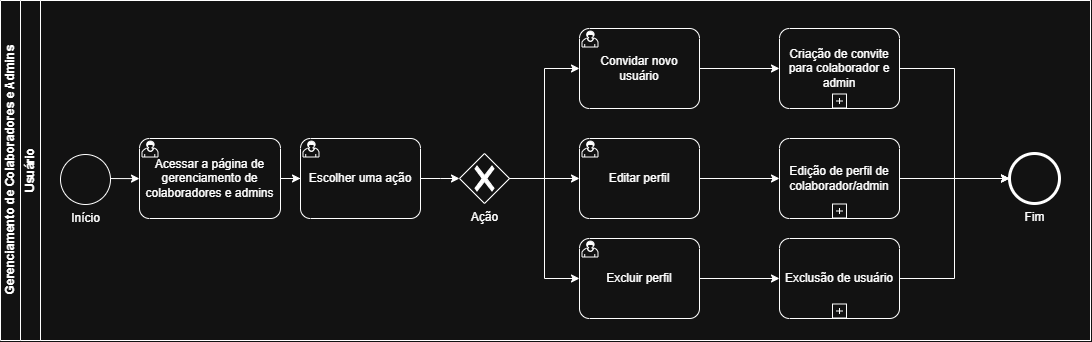
This is docs/images/bpmn/gestao-de-usuario/bpmn-gestao-de-usuario-sp3.png from lsivolella/Servify, a draw.io export, as it was before one commit. Source tidied: cells renumbered, new cells last; positions are measured from the earlier drawing's top-left corner, leaving out a move shared by most shapes. The source it was exported from:
```xml
<mxGraphModel>
  <root>
    <mxCell id="0" />
    <mxCell id="1" parent="0" />
    <mxCell id="2" value="Gerenciamento de Colaboradores e Admins" style="swimlane;horizontal=0;startSize=20;html=1;" parent="1" vertex="1">
      <mxGeometry width="1090" height="340" as="geometry" />
    </mxCell>
    <mxCell id="3" value="Usuário" style="swimlane;startSize=20;horizontal=0;html=1;" parent="2" vertex="1">
      <mxGeometry x="20" width="1070" height="340" as="geometry" />
    </mxCell>
    <mxCell id="4" value="Início" style="shape=mxgraph.bpmn.event;html=1;verticalLabelPosition=bottom;labelBackgroundColor=#ffffff;verticalAlign=top;align=center;perimeter=ellipsePerimeter;outline=standard;symbol=general;" parent="3" vertex="1">
      <mxGeometry x="40" y="154" width="50" height="50" as="geometry" />
    </mxCell>
    <mxCell id="5" value="Ação" style="points=[[0.25,0.25,0],[0.5,0,0],[0.75,0.25,0],[1,0.5,0],[0.75,0.75,0],[0.5,1,0],[0.25,0.75,0],[0,0.5,0]];shape=mxgraph.bpmn.gateway2;html=1;verticalLabelPosition=bottom;labelBackgroundColor=#ffffff;verticalAlign=top;align=center;perimeter=rhombusPerimeter;outlineConnect=0;outline=none;symbol=none;gwType=exclusive;" parent="3" vertex="1">
      <mxGeometry x="439" y="153" width="50" height="50" as="geometry" />
    </mxCell>
    <mxCell id="6" value="Editar perfil" style="points=[[0.25,0,0],[0.5,0,0],[0.75,0,0],[1,0.25,0],[1,0.5,0],[1,0.75,0],[0.75,1,0],[0.5,1,0],[0.25,1,0],[0,0.75,0],[0,0.5,0],[0,0.25,0]];shape=mxgraph.bpmn.task2;whiteSpace=wrap;rectStyle=rounded;size=10;html=1;taskMarker=user;" parent="3" vertex="1">
      <mxGeometry x="559" y="138" width="120" height="80" as="geometry" />
    </mxCell>
    <mxCell id="7" value="Convidar novo usuário" style="points=[[0.25,0,0],[0.5,0,0],[0.75,0,0],[1,0.25,0],[1,0.5,0],[1,0.75,0],[0.75,1,0],[0.5,1,0],[0.25,1,0],[0,0.75,0],[0,0.5,0],[0,0.25,0]];shape=mxgraph.bpmn.task2;whiteSpace=wrap;rectStyle=rounded;size=10;html=1;taskMarker=user;" parent="3" vertex="1">
      <mxGeometry x="559" y="28" width="120" height="80" as="geometry" />
    </mxCell>
    <mxCell id="8" value="Criação de convite para colaborador e admin" style="points=[[0.25,0,0],[0.5,0,0],[0.75,0,0],[1,0.25,0],[1,0.5,0],[1,0.75,0],[0.75,1,0],[0.5,1,0],[0.25,1,0],[0,0.75,0],[0,0.5,0],[0,0.25,0]];shape=mxgraph.bpmn.task2;whiteSpace=wrap;rectStyle=rounded;size=10;html=1;taskMarker=abstract;isLoopSub=1;" parent="3" vertex="1">
      <mxGeometry x="759" y="28" width="120" height="80" as="geometry" />
    </mxCell>
    <mxCell id="9" style="edgeStyle=orthogonalEdgeStyle;rounded=0;jettySize=auto;html=1;entryX=0;entryY=0.5;entryDx=0;entryDy=0;entryPerimeter=0;" parent="3" edge="1" source="7" target="8">
      <mxGeometry relative="1" as="geometry" />
    </mxCell>
    <mxCell id="10" value="Acessar a página de gerenciamento de colaboradores e admins" style="points=[[0.25,0,0],[0.5,0,0],[0.75,0,0],[1,0.25,0],[1,0.5,0],[1,0.75,0],[0.75,1,0],[0.5,1,0],[0.25,1,0],[0,0.75,0],[0,0.5,0],[0,0.25,0]];shape=mxgraph.bpmn.task2;whiteSpace=wrap;rectStyle=rounded;size=10;html=1;taskMarker=user;" parent="3" vertex="1">
      <mxGeometry x="119" y="138" width="141" height="80" as="geometry" />
    </mxCell>
    <mxCell id="11" value="Escolher uma ação" style="points=[[0.25,0,0],[0.5,0,0],[0.75,0,0],[1,0.25,0],[1,0.5,0],[1,0.75,0],[0.75,1,0],[0.5,1,0],[0.25,1,0],[0,0.75,0],[0,0.5,0],[0,0.25,0]];shape=mxgraph.bpmn.task2;whiteSpace=wrap;rectStyle=rounded;size=10;html=1;taskMarker=user;" parent="3" vertex="1">
      <mxGeometry x="280" y="138" width="120" height="80" as="geometry" />
    </mxCell>
    <mxCell id="12" style="edgeStyle=orthogonalEdgeStyle;rounded=0;jettySize=auto;html=1;entryX=0;entryY=0.5;entryDx=0;entryDy=0;entryPerimeter=0;" parent="3" edge="1" target="10">
      <mxGeometry relative="1" as="geometry">
        <mxPoint x="90" y="178.1" as="sourcePoint" />
      </mxGeometry>
    </mxCell>
    <mxCell id="13" style="edgeStyle=orthogonalEdgeStyle;rounded=0;jettySize=auto;html=1;entryX=0;entryY=0.5;entryDx=0;entryDy=0;entryPerimeter=0;" parent="3" edge="1" source="10" target="11">
      <mxGeometry relative="1" as="geometry" />
    </mxCell>
    <mxCell id="14" style="edgeStyle=orthogonalEdgeStyle;rounded=0;jettySize=auto;html=1;entryX=0;entryY=0.5;entryDx=0;entryDy=0;entryPerimeter=0;" parent="3" edge="1" source="11" target="5">
      <mxGeometry relative="1" as="geometry" />
    </mxCell>
    <mxCell id="15" value="Excluir perfil" style="points=[[0.25,0,0],[0.5,0,0],[0.75,0,0],[1,0.25,0],[1,0.5,0],[1,0.75,0],[0.75,1,0],[0.5,1,0],[0.25,1,0],[0,0.75,0],[0,0.5,0],[0,0.25,0]];shape=mxgraph.bpmn.task2;whiteSpace=wrap;rectStyle=rounded;size=10;html=1;taskMarker=user;" parent="3" vertex="1">
      <mxGeometry x="559" y="238" width="120" height="80" as="geometry" />
    </mxCell>
    <mxCell id="16" style="edgeStyle=orthogonalEdgeStyle;rounded=0;jettySize=auto;html=1;entryX=0;entryY=0.5;entryDx=0;entryDy=0;entryPerimeter=0;" parent="3" edge="1" source="5" target="15">
      <mxGeometry relative="1" as="geometry" />
    </mxCell>
    <mxCell id="17" value="Edição de perfil de colaborador/admin" style="points=[[0.25,0,0],[0.5,0,0],[0.75,0,0],[1,0.25,0],[1,0.5,0],[1,0.75,0],[0.75,1,0],[0.5,1,0],[0.25,1,0],[0,0.75,0],[0,0.5,0],[0,0.25,0]];shape=mxgraph.bpmn.task2;whiteSpace=wrap;rectStyle=rounded;size=10;html=1;taskMarker=abstract;isLoopSub=1;" parent="3" vertex="1">
      <mxGeometry x="759" y="138" width="120" height="80" as="geometry" />
    </mxCell>
    <mxCell id="18" style="edgeStyle=orthogonalEdgeStyle;rounded=0;jettySize=auto;html=1;entryX=0;entryY=0.5;entryDx=0;entryDy=0;entryPerimeter=0;" parent="3" edge="1" source="6" target="17">
      <mxGeometry relative="1" as="geometry" />
    </mxCell>
    <mxCell id="19" value="Exclusão de usuário" style="points=[[0.25,0,0],[0.5,0,0],[0.75,0,0],[1,0.25,0],[1,0.5,0],[1,0.75,0],[0.75,1,0],[0.5,1,0],[0.25,1,0],[0,0.75,0],[0,0.5,0],[0,0.25,0]];shape=mxgraph.bpmn.task2;whiteSpace=wrap;rectStyle=rounded;size=10;html=1;taskMarker=abstract;isLoopSub=1;" parent="3" vertex="1">
      <mxGeometry x="759" y="238" width="120" height="80" as="geometry" />
    </mxCell>
    <mxCell id="20" style="edgeStyle=orthogonalEdgeStyle;rounded=0;jettySize=auto;html=1;entryX=0;entryY=0.5;entryDx=0;entryDy=0;entryPerimeter=0;" parent="3" edge="1" source="5" target="7">
      <mxGeometry relative="1" as="geometry" />
    </mxCell>
    <mxCell id="21" style="edgeStyle=orthogonalEdgeStyle;rounded=0;jettySize=auto;html=1;entryX=0;entryY=0.5;entryDx=0;entryDy=0;entryPerimeter=0;" parent="3" edge="1" source="5" target="6">
      <mxGeometry relative="1" as="geometry" />
    </mxCell>
    <mxCell id="22" style="edgeStyle=orthogonalEdgeStyle;rounded=0;jettySize=auto;html=1;entryX=0;entryY=0.5;entryDx=0;entryDy=0;entryPerimeter=0;" parent="3" edge="1" source="15" target="19">
      <mxGeometry relative="1" as="geometry" />
    </mxCell>
    <mxCell id="23" value="Fim" style="points=[[0.145,0.145,0],[0.5,0,0],[0.855,0.145,0],[1,0.5,0],[0.855,0.855,0],[0.5,1,0],[0.145,0.855,0],[0,0.5,0]];shape=mxgraph.bpmn.event;html=1;verticalLabelPosition=bottom;labelBackgroundColor=#ffffff;verticalAlign=top;align=center;perimeter=ellipsePerimeter;outlineConnect=0;outline=end;symbol=terminate2;" parent="3" vertex="1">
      <mxGeometry x="989" y="153" width="50" height="50" as="geometry" />
    </mxCell>
    <mxCell id="24" style="edgeStyle=orthogonalEdgeStyle;rounded=0;jettySize=auto;html=1;entryX=0;entryY=0.5;entryDx=0;entryDy=0;entryPerimeter=0;" parent="3" edge="1" source="17" target="23">
      <mxGeometry relative="1" as="geometry">
        <Array as="points">
          <mxPoint x="879" y="178" />
        </Array>
      </mxGeometry>
    </mxCell>
    <mxCell id="25" style="edgeStyle=orthogonalEdgeStyle;rounded=0;jettySize=auto;html=1;entryX=0;entryY=0.5;entryDx=0;entryDy=0;entryPerimeter=0;" parent="3" edge="1" source="8" target="23">
      <mxGeometry relative="1" as="geometry" />
    </mxCell>
    <mxCell id="26" style="edgeStyle=orthogonalEdgeStyle;rounded=0;jettySize=auto;html=1;entryX=0;entryY=0.5;entryDx=0;entryDy=0;entryPerimeter=0;" parent="3" edge="1" source="19" target="23">
      <mxGeometry relative="1" as="geometry" />
    </mxCell>
  </root>
</mxGraphModel>
```
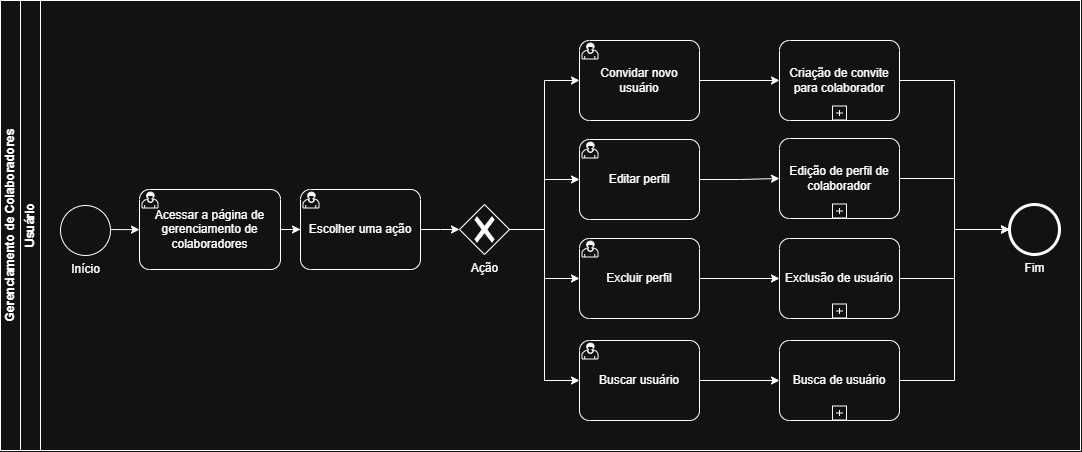
After the commit.

Commit message:
Ajustes no processo de gerenciamento de clientes

Diff of the diagram source:
```diff
@@ -2,39 +2,39 @@
   <root>
     <mxCell id="0" />
     <mxCell id="1" parent="0" />
-    <mxCell id="2" value="Gerenciamento de Colaboradores e Admins" style="swimlane;horizontal=0;startSize=20;html=1;" parent="1" vertex="1">
-      <mxGeometry width="1090" height="340" as="geometry" />
+    <mxCell id="2" value="Gerenciamento de Colaboradores" style="swimlane;horizontal=0;startSize=20;html=1;" parent="1" vertex="1">
+      <mxGeometry width="1080" height="450" as="geometry" />
     </mxCell>
     <mxCell id="3" value="Usuário" style="swimlane;startSize=20;horizontal=0;html=1;" parent="2" vertex="1">
-      <mxGeometry x="20" width="1070" height="340" as="geometry" />
+      <mxGeometry x="20" width="1060" height="450" as="geometry" />
     </mxCell>
     <mxCell id="4" value="Início" style="shape=mxgraph.bpmn.event;html=1;verticalLabelPosition=bottom;labelBackgroundColor=#ffffff;verticalAlign=top;align=center;perimeter=ellipsePerimeter;outline=standard;symbol=general;" parent="3" vertex="1">
-      <mxGeometry x="40" y="154" width="50" height="50" as="geometry" />
+      <mxGeometry x="40" y="205" width="50" height="50" as="geometry" />
     </mxCell>
     <mxCell id="5" value="Ação" style="points=[[0.25,0.25,0],[0.5,0,0],[0.75,0.25,0],[1,0.5,0],[0.75,0.75,0],[0.5,1,0],[0.25,0.75,0],[0,0.5,0]];shape=mxgraph.bpmn.gateway2;html=1;verticalLabelPosition=bottom;labelBackgroundColor=#ffffff;verticalAlign=top;align=center;perimeter=rhombusPerimeter;outlineConnect=0;outline=none;symbol=none;gwType=exclusive;" parent="3" vertex="1">
-      <mxGeometry x="439" y="153" width="50" height="50" as="geometry" />
+      <mxGeometry x="439" y="204" width="50" height="50" as="geometry" />
     </mxCell>
     <mxCell id="6" value="Editar perfil" style="points=[[0.25,0,0],[0.5,0,0],[0.75,0,0],[1,0.25,0],[1,0.5,0],[1,0.75,0],[0.75,1,0],[0.5,1,0],[0.25,1,0],[0,0.75,0],[0,0.5,0],[0,0.25,0]];shape=mxgraph.bpmn.task2;whiteSpace=wrap;rectStyle=rounded;size=10;html=1;taskMarker=user;" parent="3" vertex="1">
-      <mxGeometry x="559" y="138" width="120" height="80" as="geometry" />
+      <mxGeometry x="559" y="139" width="120" height="80" as="geometry" />
     </mxCell>
     <mxCell id="7" value="Convidar novo usuário" style="points=[[0.25,0,0],[0.5,0,0],[0.75,0,0],[1,0.25,0],[1,0.5,0],[1,0.75,0],[0.75,1,0],[0.5,1,0],[0.25,1,0],[0,0.75,0],[0,0.5,0],[0,0.25,0]];shape=mxgraph.bpmn.task2;whiteSpace=wrap;rectStyle=rounded;size=10;html=1;taskMarker=user;" parent="3" vertex="1">
-      <mxGeometry x="559" y="28" width="120" height="80" as="geometry" />
+      <mxGeometry x="559" y="40" width="120" height="80" as="geometry" />
     </mxCell>
-    <mxCell id="8" value="Criação de convite para colaborador e admin" style="points=[[0.25,0,0],[0.5,0,0],[0.75,0,0],[1,0.25,0],[1,0.5,0],[1,0.75,0],[0.75,1,0],[0.5,1,0],[0.25,1,0],[0,0.75,0],[0,0.5,0],[0,0.25,0]];shape=mxgraph.bpmn.task2;whiteSpace=wrap;rectStyle=rounded;size=10;html=1;taskMarker=abstract;isLoopSub=1;" parent="3" vertex="1">
-      <mxGeometry x="759" y="28" width="120" height="80" as="geometry" />
+    <mxCell id="8" value="Criação de convite para colaborador" style="points=[[0.25,0,0],[0.5,0,0],[0.75,0,0],[1,0.25,0],[1,0.5,0],[1,0.75,0],[0.75,1,0],[0.5,1,0],[0.25,1,0],[0,0.75,0],[0,0.5,0],[0,0.25,0]];shape=mxgraph.bpmn.task2;whiteSpace=wrap;rectStyle=rounded;size=10;html=1;taskMarker=abstract;isLoopSub=1;" parent="3" vertex="1">
+      <mxGeometry x="759" y="40" width="120" height="80" as="geometry" />
     </mxCell>
     <mxCell id="9" style="edgeStyle=orthogonalEdgeStyle;rounded=0;jettySize=auto;html=1;entryX=0;entryY=0.5;entryDx=0;entryDy=0;entryPerimeter=0;" parent="3" edge="1" source="7" target="8">
       <mxGeometry relative="1" as="geometry" />
     </mxCell>
-    <mxCell id="10" value="Acessar a página de gerenciamento de colaboradores e admins" style="points=[[0.25,0,0],[0.5,0,0],[0.75,0,0],[1,0.25,0],[1,0.5,0],[1,0.75,0],[0.75,1,0],[0.5,1,0],[0.25,1,0],[0,0.75,0],[0,0.5,0],[0,0.25,0]];shape=mxgraph.bpmn.task2;whiteSpace=wrap;rectStyle=rounded;size=10;html=1;taskMarker=user;" parent="3" vertex="1">
-      <mxGeometry x="119" y="138" width="141" height="80" as="geometry" />
+    <mxCell id="10" value="Acessar a página de gerenciamento de colaboradores" style="points=[[0.25,0,0],[0.5,0,0],[0.75,0,0],[1,0.25,0],[1,0.5,0],[1,0.75,0],[0.75,1,0],[0.5,1,0],[0.25,1,0],[0,0.75,0],[0,0.5,0],[0,0.25,0]];shape=mxgraph.bpmn.task2;whiteSpace=wrap;rectStyle=rounded;size=10;html=1;taskMarker=user;" parent="3" vertex="1">
+      <mxGeometry x="119" y="189" width="141" height="80" as="geometry" />
     </mxCell>
     <mxCell id="11" value="Escolher uma ação" style="points=[[0.25,0,0],[0.5,0,0],[0.75,0,0],[1,0.25,0],[1,0.5,0],[1,0.75,0],[0.75,1,0],[0.5,1,0],[0.25,1,0],[0,0.75,0],[0,0.5,0],[0,0.25,0]];shape=mxgraph.bpmn.task2;whiteSpace=wrap;rectStyle=rounded;size=10;html=1;taskMarker=user;" parent="3" vertex="1">
-      <mxGeometry x="280" y="138" width="120" height="80" as="geometry" />
+      <mxGeometry x="280" y="189" width="120" height="80" as="geometry" />
     </mxCell>
     <mxCell id="12" style="edgeStyle=orthogonalEdgeStyle;rounded=0;jettySize=auto;html=1;entryX=0;entryY=0.5;entryDx=0;entryDy=0;entryPerimeter=0;" parent="3" edge="1" target="10">
       <mxGeometry relative="1" as="geometry">
-        <mxPoint x="90" y="178.1" as="sourcePoint" />
+        <mxPoint x="90" y="229.1" as="sourcePoint" />
       </mxGeometry>
     </mxCell>
     <mxCell id="13" style="edgeStyle=orthogonalEdgeStyle;rounded=0;jettySize=auto;html=1;entryX=0;entryY=0.5;entryDx=0;entryDy=0;entryPerimeter=0;" parent="3" edge="1" source="10" target="11">
@@ -49,7 +49,7 @@
     <mxCell id="16" style="edgeStyle=orthogonalEdgeStyle;rounded=0;jettySize=auto;html=1;entryX=0;entryY=0.5;entryDx=0;entryDy=0;entryPerimeter=0;" parent="3" edge="1" source="5" target="15">
       <mxGeometry relative="1" as="geometry" />
     </mxCell>
-    <mxCell id="17" value="Edição de perfil de colaborador/admin" style="points=[[0.25,0,0],[0.5,0,0],[0.75,0,0],[1,0.25,0],[1,0.5,0],[1,0.75,0],[0.75,1,0],[0.5,1,0],[0.25,1,0],[0,0.75,0],[0,0.5,0],[0,0.25,0]];shape=mxgraph.bpmn.task2;whiteSpace=wrap;rectStyle=rounded;size=10;html=1;taskMarker=abstract;isLoopSub=1;" parent="3" vertex="1">
+    <mxCell id="17" value="Edição de perfil de colaborador" style="points=[[0.25,0,0],[0.5,0,0],[0.75,0,0],[1,0.25,0],[1,0.5,0],[1,0.75,0],[0.75,1,0],[0.5,1,0],[0.25,1,0],[0,0.75,0],[0,0.5,0],[0,0.25,0]];shape=mxgraph.bpmn.task2;whiteSpace=wrap;rectStyle=rounded;size=10;html=1;taskMarker=abstract;isLoopSub=1;" parent="3" vertex="1">
       <mxGeometry x="759" y="138" width="120" height="80" as="geometry" />
     </mxCell>
     <mxCell id="18" style="edgeStyle=orthogonalEdgeStyle;rounded=0;jettySize=auto;html=1;entryX=0;entryY=0.5;entryDx=0;entryDy=0;entryPerimeter=0;" parent="3" edge="1" source="6" target="17">
@@ -68,20 +68,31 @@
       <mxGeometry relative="1" as="geometry" />
     </mxCell>
     <mxCell id="23" value="Fim" style="points=[[0.145,0.145,0],[0.5,0,0],[0.855,0.145,0],[1,0.5,0],[0.855,0.855,0],[0.5,1,0],[0.145,0.855,0],[0,0.5,0]];shape=mxgraph.bpmn.event;html=1;verticalLabelPosition=bottom;labelBackgroundColor=#ffffff;verticalAlign=top;align=center;perimeter=ellipsePerimeter;outlineConnect=0;outline=end;symbol=terminate2;" parent="3" vertex="1">
-      <mxGeometry x="989" y="153" width="50" height="50" as="geometry" />
+      <mxGeometry x="989" y="204" width="50" height="50" as="geometry" />
     </mxCell>
-    <mxCell id="24" style="edgeStyle=orthogonalEdgeStyle;rounded=0;jettySize=auto;html=1;entryX=0;entryY=0.5;entryDx=0;entryDy=0;entryPerimeter=0;" parent="3" edge="1" source="17" target="23">
-      <mxGeometry relative="1" as="geometry">
-        <Array as="points">
-          <mxPoint x="879" y="178" />
-        </Array>
-      </mxGeometry>
+    <mxCell id="24" style="edgeStyle=orthogonalEdgeStyle;rounded=0;jettySize=auto;html=1;entryX=0;entryY=0.5;entryDx=0;entryDy=0;entryPerimeter=0;" parent="3" edge="1" source="8" target="23">
+      <mxGeometry relative="1" as="geometry" />
     </mxCell>
-    <mxCell id="25" style="edgeStyle=orthogonalEdgeStyle;rounded=0;jettySize=auto;html=1;entryX=0;entryY=0.5;entryDx=0;entryDy=0;entryPerimeter=0;" parent="3" edge="1" source="8" target="23">
+    <mxCell id="25" style="edgeStyle=orthogonalEdgeStyle;rounded=0;jettySize=auto;html=1;entryX=0;entryY=0.5;entryDx=0;entryDy=0;entryPerimeter=0;" parent="3" edge="1" source="19" target="23">
       <mxGeometry relative="1" as="geometry" />
     </mxCell>
-    <mxCell id="26" style="edgeStyle=orthogonalEdgeStyle;rounded=0;jettySize=auto;html=1;entryX=0;entryY=0.5;entryDx=0;entryDy=0;entryPerimeter=0;" parent="3" edge="1" source="19" target="23">
+    <mxCell id="26" style="edgeStyle=orthogonalEdgeStyle;rounded=0;jettySize=auto;html=1;" parent="3" edge="1" source="27" target="28">
       <mxGeometry relative="1" as="geometry" />
     </mxCell>
+    <mxCell id="27" value="Buscar usuário" style="points=[[0.25,0,0],[0.5,0,0],[0.75,0,0],[1,0.25,0],[1,0.5,0],[1,0.75,0],[0.75,1,0],[0.5,1,0],[0.25,1,0],[0,0.75,0],[0,0.5,0],[0,0.25,0]];shape=mxgraph.bpmn.task2;whiteSpace=wrap;rectStyle=rounded;size=10;html=1;taskMarker=user;" parent="3" vertex="1">
+      <mxGeometry x="559" y="340" width="120" height="80" as="geometry" />
+    </mxCell>
+    <mxCell id="28" value="Busca de usuário" style="points=[[0.25,0,0],[0.5,0,0],[0.75,0,0],[1,0.25,0],[1,0.5,0],[1,0.75,0],[0.75,1,0],[0.5,1,0],[0.25,1,0],[0,0.75,0],[0,0.5,0],[0,0.25,0]];shape=mxgraph.bpmn.task2;whiteSpace=wrap;rectStyle=rounded;size=10;html=1;taskMarker=abstract;isLoopSub=1;" parent="3" vertex="1">
+      <mxGeometry x="759" y="340" width="120" height="80" as="geometry" />
+    </mxCell>
+    <mxCell id="29" style="edgeStyle=orthogonalEdgeStyle;rounded=0;jettySize=auto;html=1;entryX=0;entryY=0.5;entryDx=0;entryDy=0;entryPerimeter=0;" parent="3" edge="1" source="17" target="23">
+      <mxGeometry relative="1" as="geometry" />
+    </mxCell>
+    <mxCell id="30" style="edgeStyle=orthogonalEdgeStyle;rounded=0;jettySize=auto;html=1;entryX=0;entryY=0.5;entryDx=0;entryDy=0;entryPerimeter=0;" parent="3" edge="1" source="28" target="23">
+      <mxGeometry relative="1" as="geometry" />
+    </mxCell>
+    <mxCell id="31" style="edgeStyle=orthogonalEdgeStyle;rounded=0;jettySize=auto;html=1;entryX=0;entryY=0.5;entryDx=0;entryDy=0;entryPerimeter=0;" parent="3" edge="1" source="5" target="27">
+      <mxGeometry relative="1" as="geometry" />
+    </mxCell>
   </root>
 </mxGraphModel>
```
